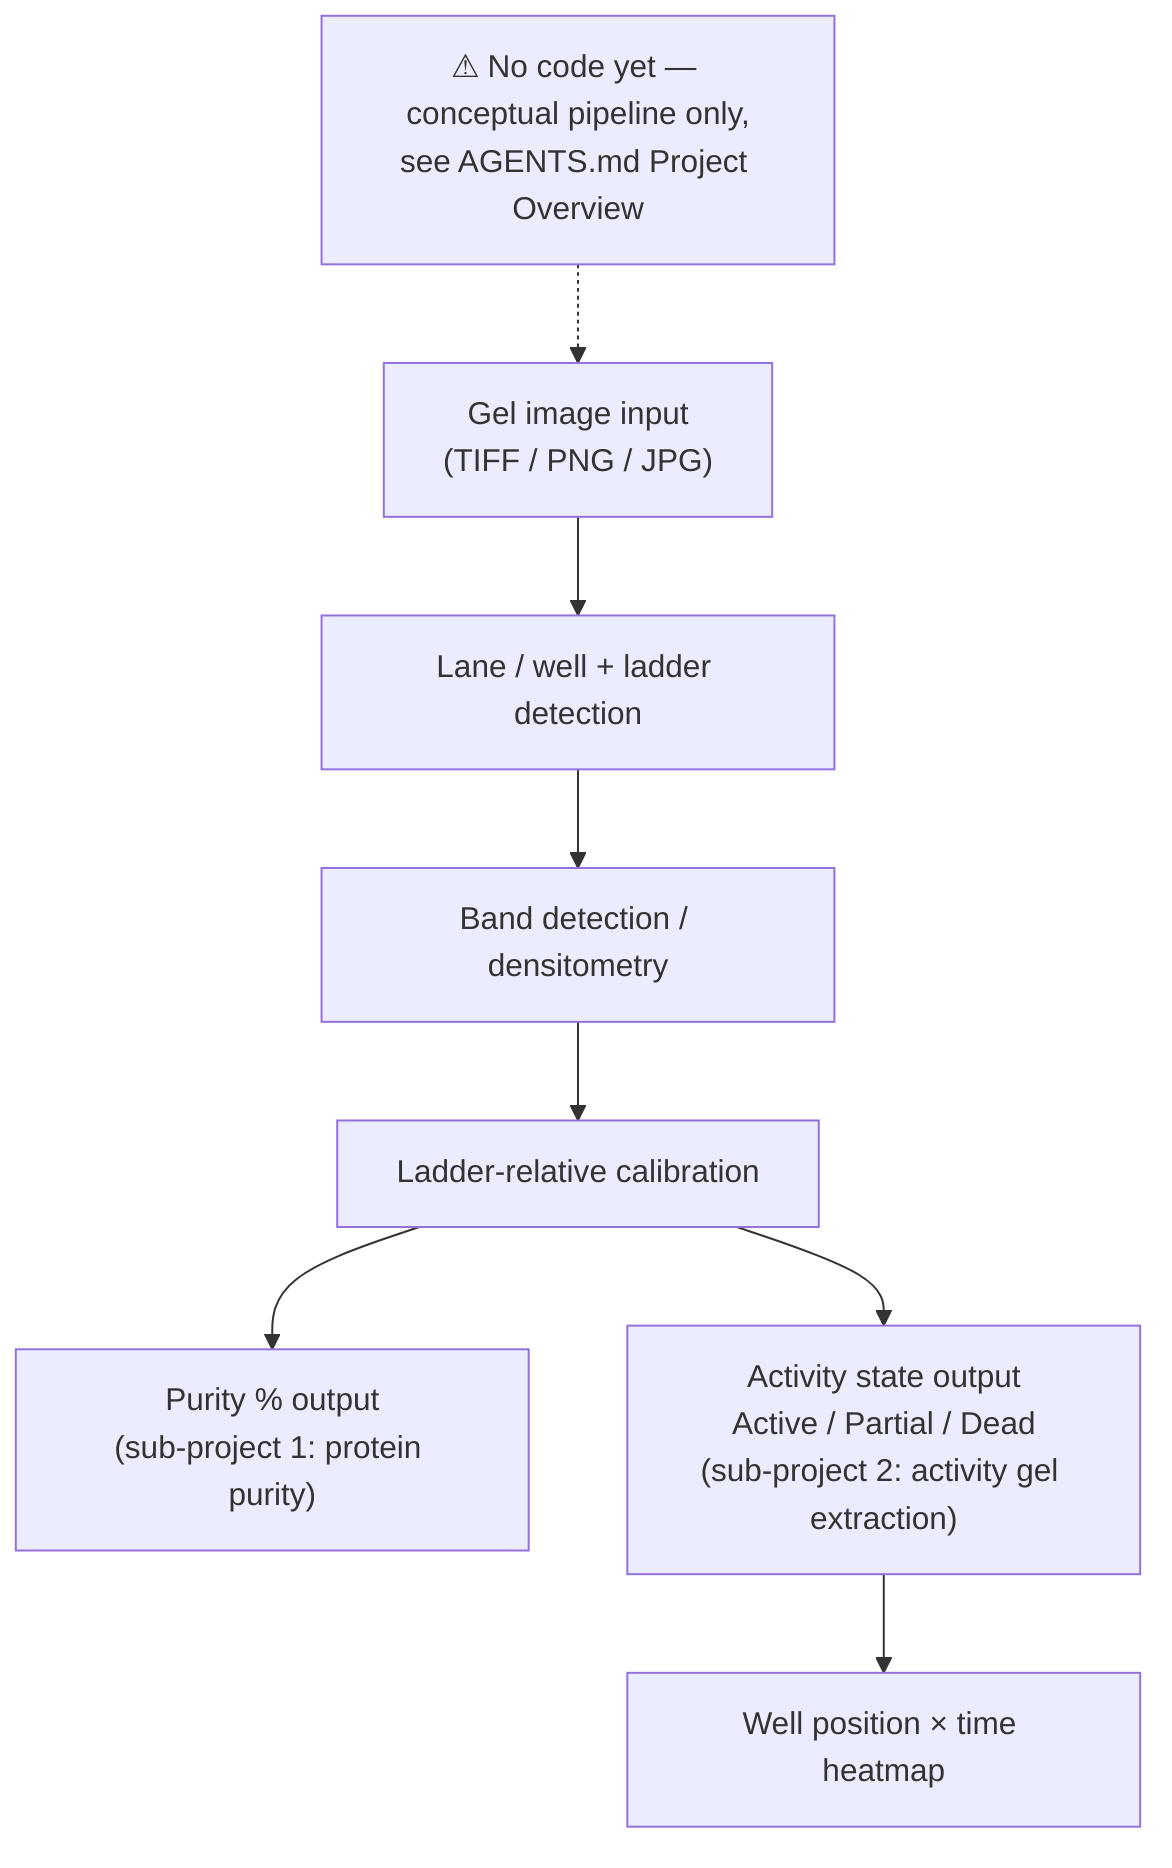
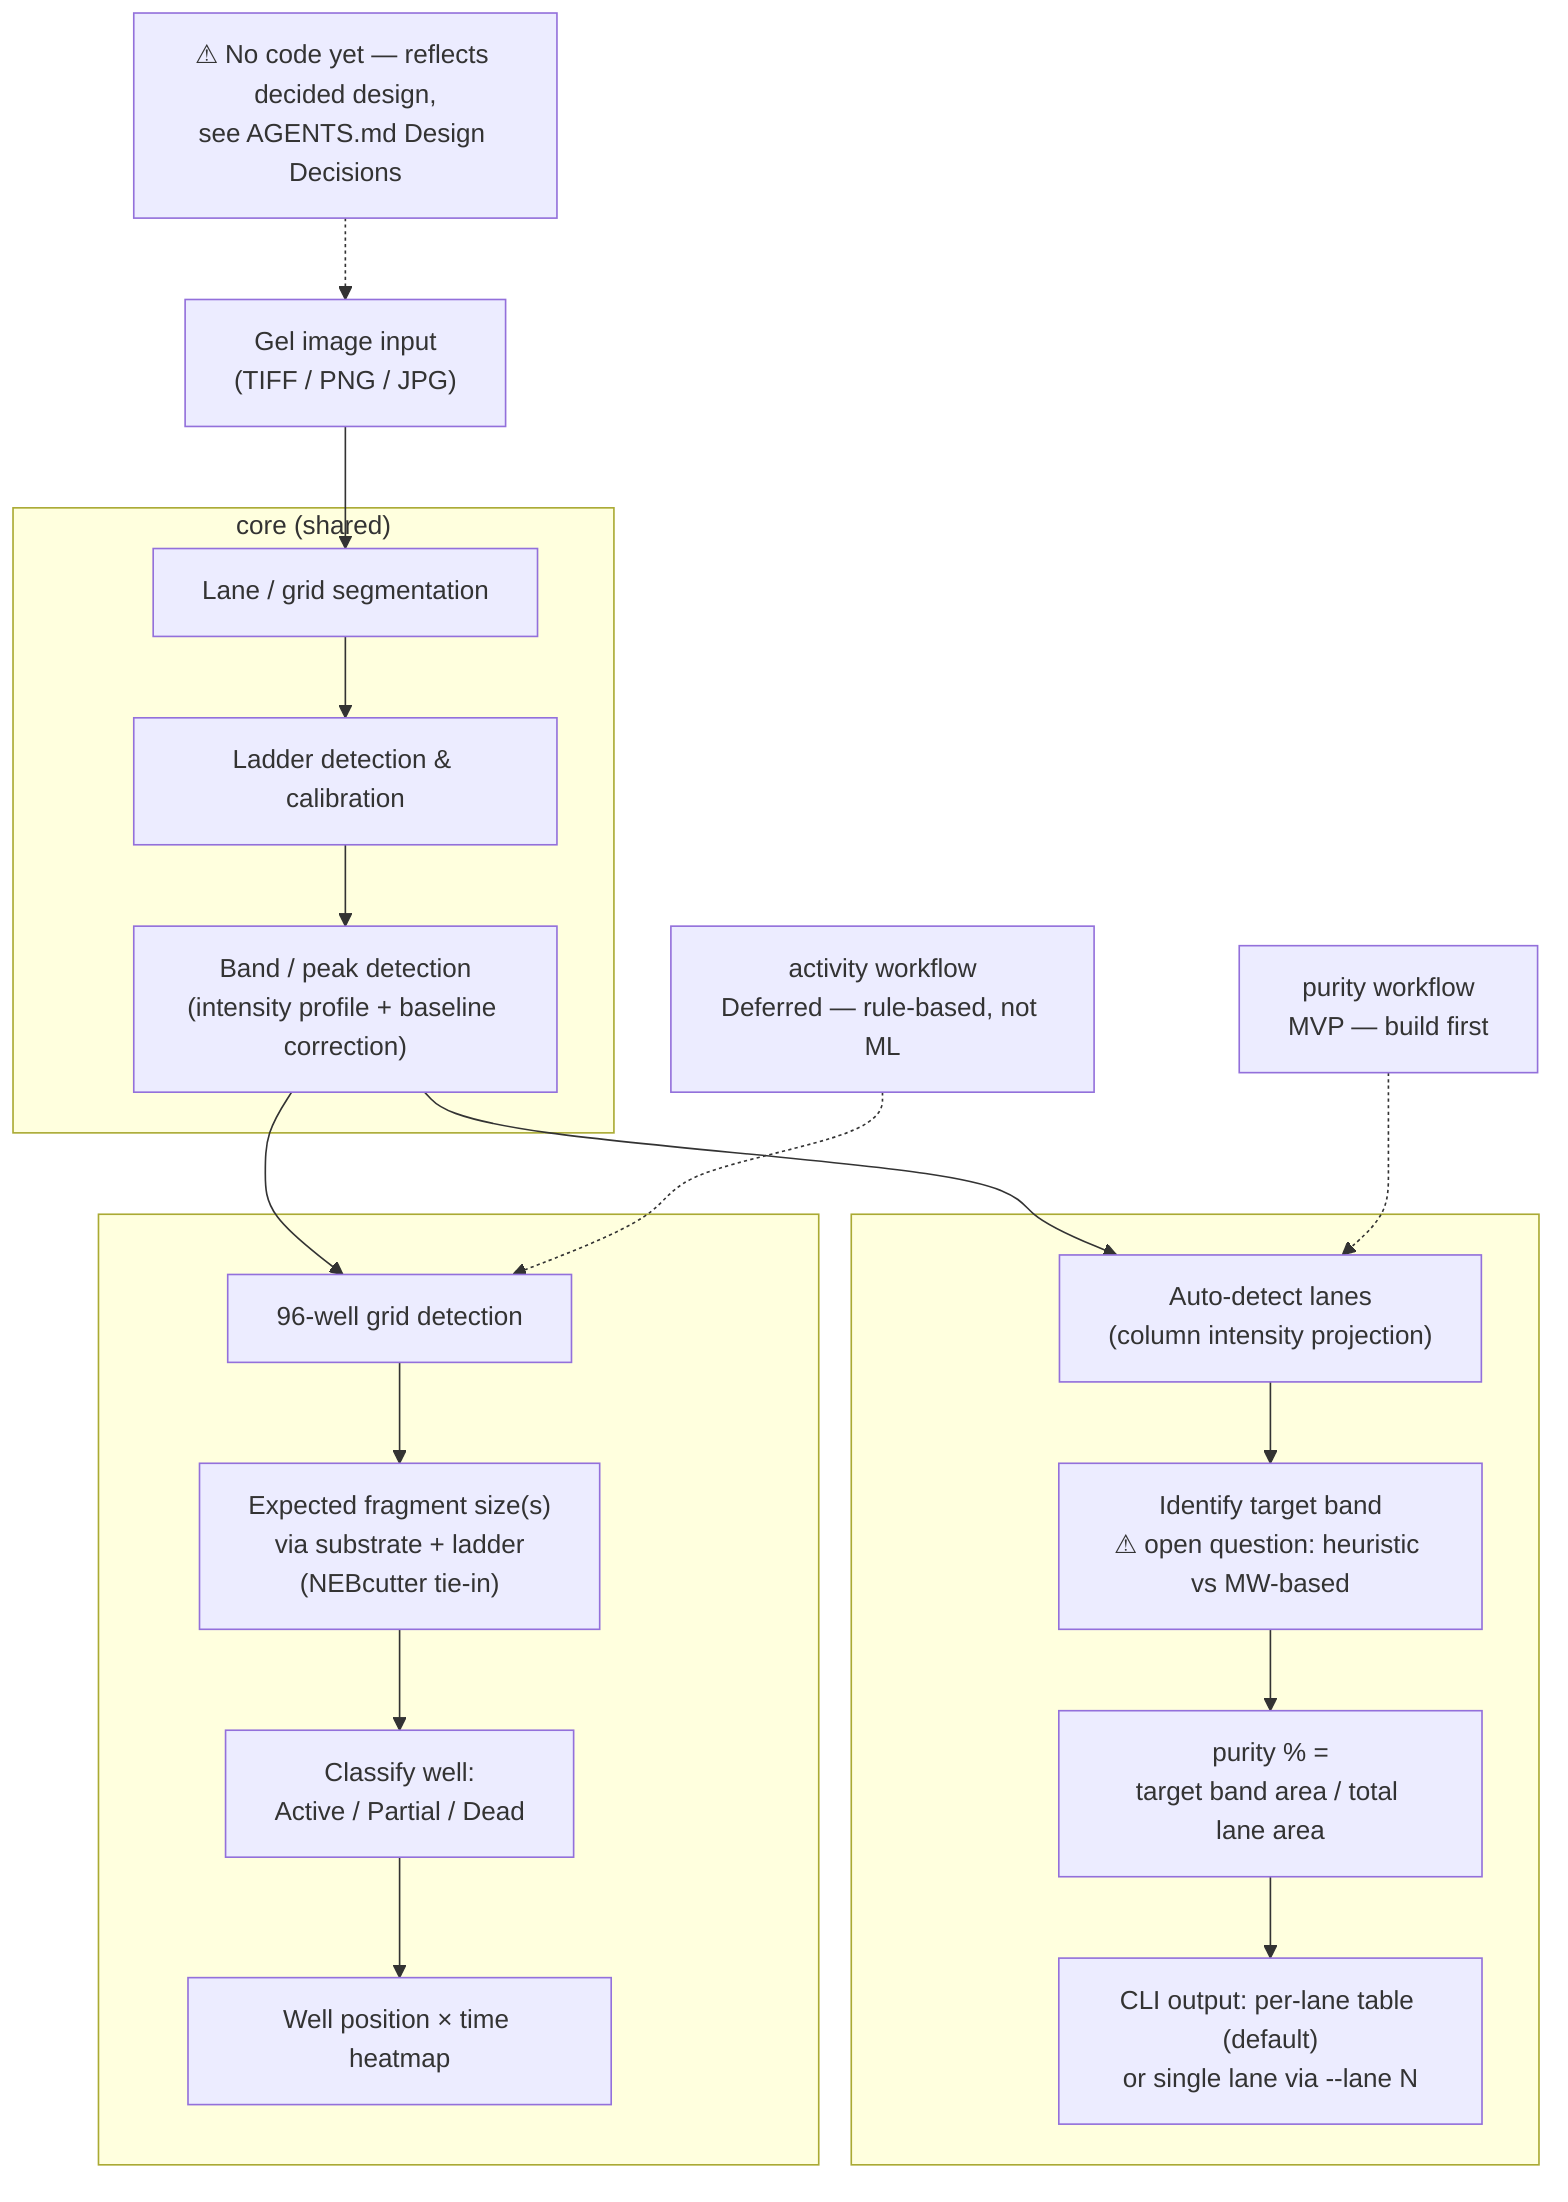
%% program-flow.mmd
- %% NOTE: No implementation exists yet. This is a conceptual data-flow diagram
- %% based on the shared pipeline described in AGENTS.md, not an actual class/
- %% method diagram. It will be replaced with a real class/sequence diagram once
- %% code exists and architecture has been discussed.
+ %% NOTE: No implementation exists yet. This reflects design decisions made as
+ %% of 2026-07-13 (see AGENTS.md "Design Decisions" / "Open Questions"), not
+ %% real code — it should be replaced with an actual class/sequence diagram
+ %% once implementation exists.

flowchart TD
-     Note["⚠ No code yet — conceptual pipeline only,<br/>see AGENTS.md Project Overview"]
+     Note["⚠ No code yet — reflects decided design,<br/>see AGENTS.md Design Decisions"]

    Input["Gel image input<br/>(TIFF / PNG / JPG)"]
-     Detect["Lane / well + ladder detection"]
-     Bands["Band detection / densitometry"]
-     Calibrate["Ladder-relative calibration"]

-     OutPurity["Purity % output<br/>(sub-project 1: protein purity)"]
-     OutActivity["Activity state output<br/>Active / Partial / Dead<br/>(sub-project 2: activity gel extraction)"]
-     Heatmap["Well position × time heatmap"]
+     subgraph Core["core (shared)"]
+         Seg["Lane / grid segmentation"]
+         Ladder["Ladder detection & calibration"]
+         BandDet["Band / peak detection<br/>(intensity profile + baseline correction)"]
+     end

-     Input --> Detect --> Bands --> Calibrate
-     Calibrate --> OutPurity
-     Calibrate --> OutActivity --> Heatmap
+     PurityLabel["purity workflow<br/>MVP — build first"]
+     subgraph PurityWF[" "]
+         AutoLane["Auto-detect lanes<br/>(column intensity projection)"]
+         TargetID["Identify target band<br/>⚠ open question: heuristic vs MW-based"]
+         PurityCalc["purity % =<br/>target band area / total lane area"]
+         PurityOut["CLI output: per-lane table (default)<br/>or single lane via --lane N"]
+     end
+ 
+     ActivityLabel["activity workflow<br/>Deferred — rule-based, not ML"]
+     subgraph ActivityWF[" "]
+         GridDet["96-well grid detection"]
+         ExpectedFrag["Expected fragment size(s)<br/>via substrate + ladder<br/>(NEBcutter tie-in)"]
+         Classify["Classify well:<br/>Active / Partial / Dead"]
+         Heatmap["Well position × time heatmap"]
+     end

    Note -.-> Input
+     Input --> Seg --> Ladder --> BandDet
+ 
+     BandDet --> AutoLane
+     BandDet --> GridDet
+     PurityLabel -.-> AutoLane
+     ActivityLabel -.-> GridDet
+     AutoLane --> TargetID --> PurityCalc --> PurityOut
+     GridDet --> ExpectedFrag --> Classify --> Heatmap
